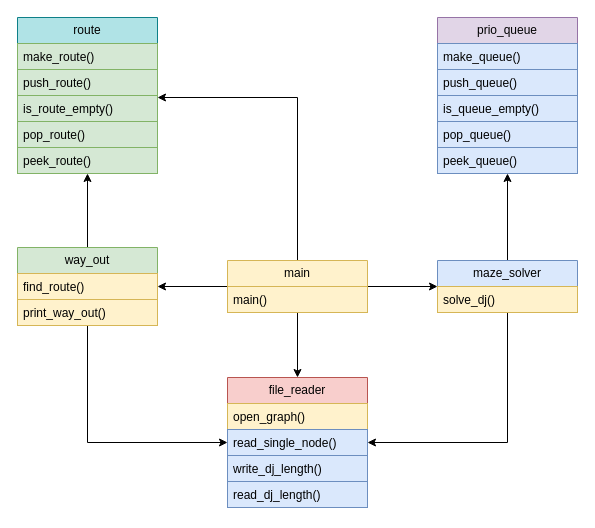
Earlier version of the draw.io diagram .drawio/solver.drawio (ATTWGRAT/A-MAZE-ING). Source tidied: cells renumbered, new cells numbered last; positions are measured from the earlier drawing's top-left corner, leaving out a move shared by most shapes. Both pictures are drawn from the tidied source at 100%, with x=0, y=0 at pixel (17, 17).
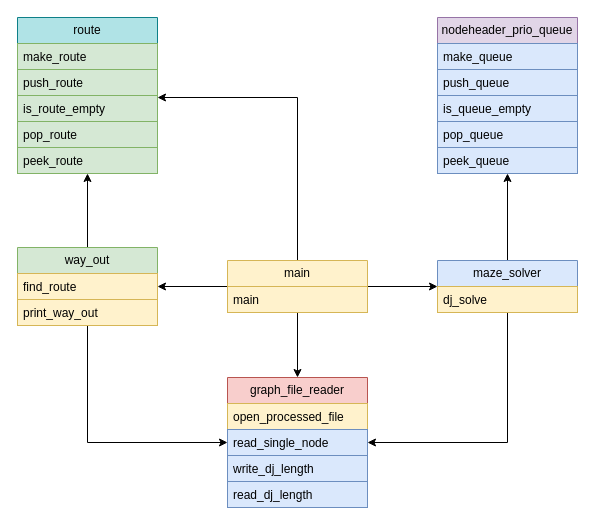
Above is the later version.

The change refers to these unchanged cells:
```xml
<mxCell id="6" value="main" style="swimlane;fontStyle=0;horizontal=1;startSize=26;fillColor=#fff2cc;whiteSpace=wrap;html=1;strokeColor=#d6b656;" parent="1" vertex="1">
  <mxGeometry x="210" y="243" width="140" height="52" as="geometry" />
</mxCell>
<mxCell id="10" value="way_out" style="swimlane;fontStyle=0;horizontal=1;startSize=26;fillColor=#d5e8d4;whiteSpace=wrap;html=1;strokeColor=#82b366;" parent="1" vertex="1">
  <mxGeometry y="230" width="140" height="78" as="geometry" />
</mxCell>
<mxCell id="13" value="route" style="swimlane;fontStyle=0;horizontal=1;startSize=26;fillColor=#b0e3e6;whiteSpace=wrap;html=1;strokeColor=#0e8088;" parent="1" vertex="1">
  <mxGeometry width="140" height="156" as="geometry" />
</mxCell>
<mxCell id="26" value="maze_solver" style="swimlane;fontStyle=0;horizontal=1;startSize=26;fillColor=#dae8fc;whiteSpace=wrap;html=1;strokeColor=#6c8ebf;" parent="1" vertex="1">
  <mxGeometry x="420" y="243" width="140" height="52" as="geometry" />
</mxCell>
```

Change to the diagram source:
```diff
@@
-    <mxCell id="7" value="main()" style="text;strokeColor=#d6b656;fillColor=#fff2cc;align=left;verticalAlign=top;spacingLeft=4;spacingRight=4;overflow=hidden;whiteSpace=wrap;html=1;" parent="6" vertex="1">
+    <mxCell id="7" value="main" style="text;strokeColor=#d6b656;fillColor=#fff2cc;align=left;verticalAlign=top;spacingLeft=4;spacingRight=4;overflow=hidden;whiteSpace=wrap;html=1;" parent="6" vertex="1">
       <mxGeometry y="26" width="140" height="26" as="geometry" />
     </mxCell>
@@
-    <mxCell id="11" value="find_route()" style="text;strokeColor=#d6b656;fillColor=#fff2cc;align=left;verticalAlign=top;spacingLeft=4;spacingRight=4;overflow=hidden;whiteSpace=wrap;html=1;" parent="10" vertex="1">
+    <mxCell id="11" value="find_route" style="text;strokeColor=#d6b656;fillColor=#fff2cc;align=left;verticalAlign=top;spacingLeft=4;spacingRight=4;overflow=hidden;whiteSpace=wrap;html=1;" parent="10" vertex="1">
       <mxGeometry y="26" width="140" height="26" as="geometry" />
     </mxCell>
-    <mxCell id="12" value="print_way_out()" style="text;strokeColor=#d6b656;fillColor=#fff2cc;align=left;verticalAlign=top;spacingLeft=4;spacingRight=4;overflow=hidden;whiteSpace=wrap;html=1;" parent="10" vertex="1">
+    <mxCell id="12" value="print_way_out" style="text;strokeColor=#d6b656;fillColor=#fff2cc;align=left;verticalAlign=top;spacingLeft=4;spacingRight=4;overflow=hidden;whiteSpace=wrap;html=1;" parent="10" vertex="1">
       <mxGeometry y="52" width="140" height="26" as="geometry" />
     </mxCell>
@@
-    <mxCell id="14" value="make_route()" style="text;strokeColor=#82b366;fillColor=#d5e8d4;align=left;verticalAlign=top;spacingLeft=4;spacingRight=4;overflow=hidden;whiteSpace=wrap;html=1;" parent="13" vertex="1">
+    <mxCell id="14" value="make_route" style="text;strokeColor=#82b366;fillColor=#d5e8d4;align=left;verticalAlign=top;spacingLeft=4;spacingRight=4;overflow=hidden;whiteSpace=wrap;html=1;" parent="13" vertex="1">
       <mxGeometry y="26" width="140" height="26" as="geometry" />
     </mxCell>
-    <mxCell id="15" value="push_route()" style="text;strokeColor=#82b366;fillColor=#d5e8d4;align=left;verticalAlign=top;spacingLeft=4;spacingRight=4;overflow=hidden;whiteSpace=wrap;html=1;" parent="13" vertex="1">
+    <mxCell id="15" value="push_route" style="text;strokeColor=#82b366;fillColor=#d5e8d4;align=left;verticalAlign=top;spacingLeft=4;spacingRight=4;overflow=hidden;whiteSpace=wrap;html=1;" parent="13" vertex="1">
       <mxGeometry y="52" width="140" height="26" as="geometry" />
     </mxCell>
-    <mxCell id="16" value="is_route_empty()" style="text;strokeColor=#82b366;fillColor=#d5e8d4;align=left;verticalAlign=top;spacingLeft=4;spacingRight=4;overflow=hidden;points=[[0,0.5],[1,0.5]];portConstraint=eastwest;whiteSpace=wrap;html=1;" parent="13" vertex="1">
+    <mxCell id="16" value="is_route_empty" style="text;strokeColor=#82b366;fillColor=#d5e8d4;align=left;verticalAlign=top;spacingLeft=4;spacingRight=4;overflow=hidden;points=[[0,0.5],[1,0.5]];portConstraint=eastwest;whiteSpace=wrap;html=1;" parent="13" vertex="1">
       <mxGeometry y="78" width="140" height="26" as="geometry" />
     </mxCell>
-    <mxCell id="17" value="pop_route()" style="text;strokeColor=#82b366;fillColor=#d5e8d4;align=left;verticalAlign=top;spacingLeft=4;spacingRight=4;overflow=hidden;whiteSpace=wrap;html=1;" parent="13" vertex="1">
+    <mxCell id="17" value="pop_route" style="text;strokeColor=#82b366;fillColor=#d5e8d4;align=left;verticalAlign=top;spacingLeft=4;spacingRight=4;overflow=hidden;whiteSpace=wrap;html=1;" parent="13" vertex="1">
       <mxGeometry y="104" width="140" height="26" as="geometry" />
     </mxCell>
-    <mxCell id="18" value="peek_route()" style="text;strokeColor=#82b366;fillColor=#d5e8d4;align=left;verticalAlign=top;spacingLeft=4;spacingRight=4;overflow=hidden;whiteSpace=wrap;html=1;" parent="13" vertex="1">
+    <mxCell id="18" value="peek_route" style="text;strokeColor=#82b366;fillColor=#d5e8d4;align=left;verticalAlign=top;spacingLeft=4;spacingRight=4;overflow=hidden;whiteSpace=wrap;html=1;" parent="13" vertex="1">
       <mxGeometry y="130" width="140" height="26" as="geometry" />
     </mxCell>
-    <mxCell id="19" value="file_reader" style="swimlane;fontStyle=0;horizontal=1;startSize=26;fillColor=#f8cecc;whiteSpace=wrap;html=1;strokeColor=#b85450;" parent="1" vertex="1">
+    <mxCell id="19" value="graph_file_reader" style="swimlane;fontStyle=0;horizontal=1;startSize=26;fillColor=#f8cecc;whiteSpace=wrap;html=1;strokeColor=#b85450;" parent="1" vertex="1">
       <mxGeometry x="210" y="360" width="140" height="130" as="geometry" />
     </mxCell>
-    <mxCell id="20" value="open_graph()" style="text;strokeColor=#d6b656;fillColor=#fff2cc;align=left;verticalAlign=top;spacingLeft=4;spacingRight=4;overflow=hidden;whiteSpace=wrap;html=1;" parent="19" vertex="1">
+    <mxCell id="20" value="open_processed_file" style="text;strokeColor=#d6b656;fillColor=#fff2cc;align=left;verticalAlign=top;spacingLeft=4;spacingRight=4;overflow=hidden;whiteSpace=wrap;html=1;" parent="19" vertex="1">
       <mxGeometry y="26" width="140" height="26" as="geometry" />
     </mxCell>
-    <mxCell id="21" value="read_single_node()" style="text;strokeColor=#6c8ebf;fillColor=#dae8fc;align=left;verticalAlign=top;spacingLeft=4;spacingRight=4;overflow=hidden;points=[[0,0.5],[1,0.5]];portConstraint=eastwest;whiteSpace=wrap;html=1;" parent="19" vertex="1">
+    <mxCell id="21" value="read_single_node" style="text;strokeColor=#6c8ebf;fillColor=#dae8fc;align=left;verticalAlign=top;spacingLeft=4;spacingRight=4;overflow=hidden;points=[[0,0.5],[1,0.5]];portConstraint=eastwest;whiteSpace=wrap;html=1;" parent="19" vertex="1">
       <mxGeometry y="52" width="140" height="26" as="geometry" />
     </mxCell>
-    <mxCell id="22" value="write_dj_length()" style="text;strokeColor=#6c8ebf;fillColor=#dae8fc;align=left;verticalAlign=top;spacingLeft=4;spacingRight=4;overflow=hidden;whiteSpace=wrap;html=1;" parent="19" vertex="1">
+    <mxCell id="22" value="write_dj_length" style="text;strokeColor=#6c8ebf;fillColor=#dae8fc;align=left;verticalAlign=top;spacingLeft=4;spacingRight=4;overflow=hidden;whiteSpace=wrap;html=1;" parent="19" vertex="1">
       <mxGeometry y="78" width="140" height="26" as="geometry" />
     </mxCell>
-    <mxCell id="23" value="read_dj_length()" style="text;strokeColor=#6c8ebf;fillColor=#dae8fc;align=left;verticalAlign=top;spacingLeft=4;spacingRight=4;overflow=hidden;whiteSpace=wrap;html=1;" parent="19" vertex="1">
+    <mxCell id="23" value="read_dj_length" style="text;strokeColor=#6c8ebf;fillColor=#dae8fc;align=left;verticalAlign=top;spacingLeft=4;spacingRight=4;overflow=hidden;whiteSpace=wrap;html=1;" parent="19" vertex="1">
       <mxGeometry y="104" width="140" height="26" as="geometry" />
     </mxCell>
@@
-    <mxCell id="27" value="solve_dj()" style="text;strokeColor=#d6b656;fillColor=#fff2cc;align=left;verticalAlign=top;spacingLeft=4;spacingRight=4;overflow=hidden;whiteSpace=wrap;html=1;" parent="26" vertex="1">
+    <mxCell id="27" value="dj_solve" style="text;strokeColor=#d6b656;fillColor=#fff2cc;align=left;verticalAlign=top;spacingLeft=4;spacingRight=4;overflow=hidden;whiteSpace=wrap;html=1;" parent="26" vertex="1">
       <mxGeometry y="26" width="140" height="26" as="geometry" />
     </mxCell>
-    <mxCell id="28" value="prio_queue" style="swimlane;fontStyle=0;horizontal=1;startSize=26;fillColor=#e1d5e7;whiteSpace=wrap;html=1;strokeColor=#9673a6;" parent="1" vertex="1">
+    <mxCell id="28" value="nodeheader_prio_queue" style="swimlane;fontStyle=0;horizontal=1;startSize=26;fillColor=#e1d5e7;whiteSpace=wrap;html=1;strokeColor=#9673a6;" parent="1" vertex="1">
       <mxGeometry x="420" width="140" height="156" as="geometry" />
     </mxCell>
-    <mxCell id="29" value="make_queue()" style="text;strokeColor=#6c8ebf;fillColor=#dae8fc;align=left;verticalAlign=top;spacingLeft=4;spacingRight=4;overflow=hidden;whiteSpace=wrap;html=1;" parent="28" vertex="1">
+    <mxCell id="29" value="make_queue" style="text;strokeColor=#6c8ebf;fillColor=#dae8fc;align=left;verticalAlign=top;spacingLeft=4;spacingRight=4;overflow=hidden;whiteSpace=wrap;html=1;" parent="28" vertex="1">
       <mxGeometry y="26" width="140" height="26" as="geometry" />
     </mxCell>
-    <mxCell id="30" value="push_queue()" style="text;strokeColor=#6c8ebf;fillColor=#dae8fc;align=left;verticalAlign=top;spacingLeft=4;spacingRight=4;overflow=hidden;whiteSpace=wrap;html=1;" parent="28" vertex="1">
+    <mxCell id="30" value="push_queue" style="text;strokeColor=#6c8ebf;fillColor=#dae8fc;align=left;verticalAlign=top;spacingLeft=4;spacingRight=4;overflow=hidden;whiteSpace=wrap;html=1;" parent="28" vertex="1">
       <mxGeometry y="52" width="140" height="26" as="geometry" />
     </mxCell>
-    <mxCell id="31" value="is_queue_empty()" style="text;strokeColor=#6c8ebf;fillColor=#dae8fc;align=left;verticalAlign=top;spacingLeft=4;spacingRight=4;overflow=hidden;whiteSpace=wrap;html=1;" parent="28" vertex="1">
+    <mxCell id="31" value="is_queue_empty" style="text;strokeColor=#6c8ebf;fillColor=#dae8fc;align=left;verticalAlign=top;spacingLeft=4;spacingRight=4;overflow=hidden;whiteSpace=wrap;html=1;" parent="28" vertex="1">
       <mxGeometry y="78" width="140" height="26" as="geometry" />
     </mxCell>
-    <mxCell id="32" value="pop_queue()" style="text;strokeColor=#6c8ebf;fillColor=#dae8fc;align=left;verticalAlign=top;spacingLeft=4;spacingRight=4;overflow=hidden;whiteSpace=wrap;html=1;" parent="28" vertex="1">
+    <mxCell id="32" value="pop_queue" style="text;strokeColor=#6c8ebf;fillColor=#dae8fc;align=left;verticalAlign=top;spacingLeft=4;spacingRight=4;overflow=hidden;whiteSpace=wrap;html=1;" parent="28" vertex="1">
       <mxGeometry y="104" width="140" height="26" as="geometry" />
     </mxCell>
-    <mxCell id="33" value="peek_queue()" style="text;strokeColor=#6c8ebf;fillColor=#dae8fc;align=left;verticalAlign=top;spacingLeft=4;spacingRight=4;overflow=hidden;whiteSpace=wrap;html=1;" parent="28" vertex="1">
+    <mxCell id="33" value="peek_queue" style="text;strokeColor=#6c8ebf;fillColor=#dae8fc;align=left;verticalAlign=top;spacingLeft=4;spacingRight=4;overflow=hidden;whiteSpace=wrap;html=1;" parent="28" vertex="1">
       <mxGeometry y="130" width="140" height="26" as="geometry" />
     </mxCell>
```
